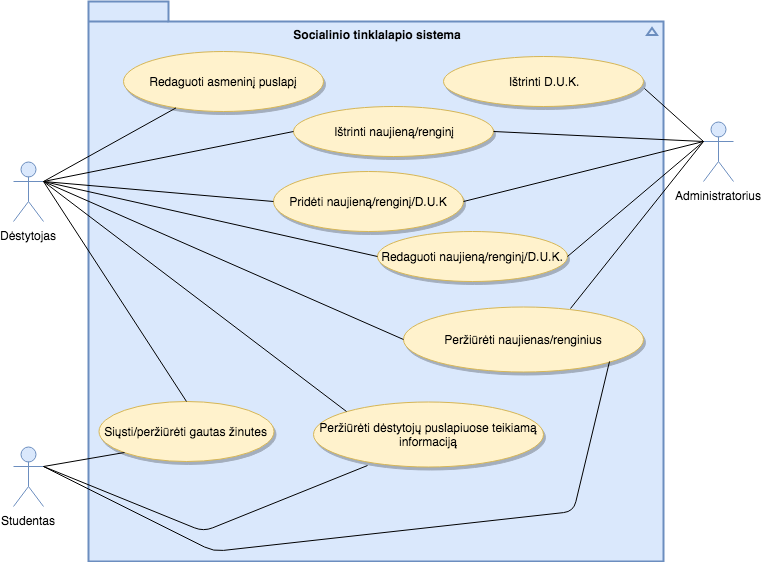
The draw.io diagram img/socpslSistema.png in eglepuo/PSI_1, before a commit. Source tidied: cells renumbered, new cells last; positions are measured from the earlier drawing's top-left corner, leaving out a move shared by most shapes.
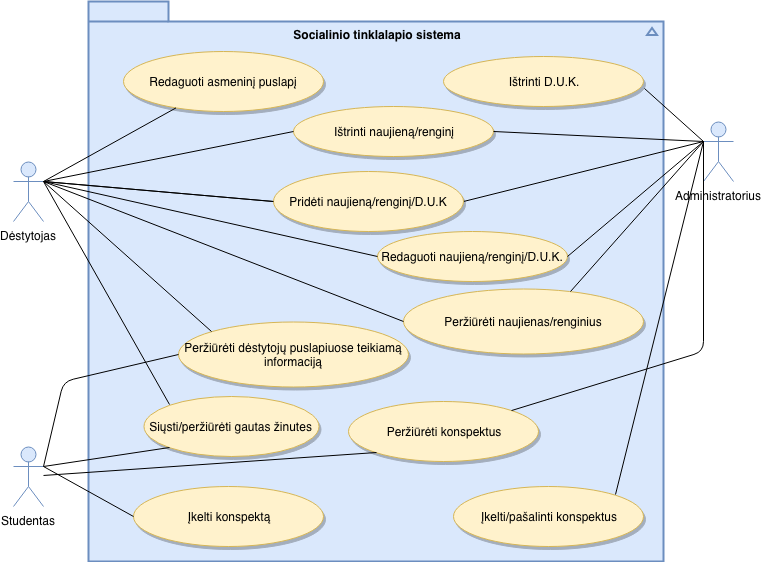
The same diagram one commit later.

What changed in the source:
```diff
@@ -8,20 +8,17 @@
     <mxCell id="3" value="Socialinio tinklalapio sistema&lt;br&gt;&lt;br&gt;" style="text;html=1;strokeColor=none;fillColor=none;align=center;verticalAlign=middle;whiteSpace=wrap;rounded=0;fontStyle=1;" parent="1" vertex="1">
       <mxGeometry x="263.5" y="30" width="200" height="20" as="geometry" />
     </mxCell>
-    <mxCell id="4" value="Pridėti naujieną/renginį/D.U.K" style="ellipse;whiteSpace=wrap;html=1;fillColor=#fff2cc;strokeColor=#d6b656;shadow=1;" parent="1" vertex="1">
-      <mxGeometry x="260" y="170" width="190" height="60" as="geometry" />
-    </mxCell>
     <mxCell id="5" value="Redaguoti asmeninį puslapį" style="ellipse;whiteSpace=wrap;html=1;fillColor=#fff2cc;strokeColor=#d6b656;shadow=1;" parent="1" vertex="1">
       <mxGeometry x="110" y="50" width="200" height="60" as="geometry" />
     </mxCell>
     <mxCell id="6" value="Peržiūrėti dėstytojų puslapiuose teikiamą informaciją" style="ellipse;whiteSpace=wrap;html=1;shadow=1;fillColor=#fff2cc;strokeColor=#d6b656;" parent="1" vertex="1">
-      <mxGeometry x="300" y="400" width="230" height="65" as="geometry" />
+      <mxGeometry x="165" y="320" width="230" height="65" as="geometry" />
     </mxCell>
     <mxCell id="7" value="Peržiūrėti naujienas/renginius" style="ellipse;whiteSpace=wrap;html=1;shadow=1;fillColor=#fff2cc;strokeColor=#d6b656;" parent="1" vertex="1">
-      <mxGeometry x="390" y="305" width="240" height="65" as="geometry" />
+      <mxGeometry x="390" y="287.5" width="240" height="65" as="geometry" />
     </mxCell>
     <mxCell id="8" value="Siųsti/peržiūrėti gautas žinutes" style="ellipse;whiteSpace=wrap;html=1;shadow=1;fillColor=#fff2cc;strokeColor=#d6b656;" parent="1" vertex="1">
-      <mxGeometry x="85" y="400" width="175" height="60" as="geometry" />
+      <mxGeometry x="130" y="394.5" width="175" height="60" as="geometry" />
     </mxCell>
     <mxCell id="9" value="Dėstytojas" style="shape=umlActor;verticalLabelPosition=bottom;labelBackgroundColor=#ffffff;verticalAlign=top;html=1;outlineConnect=0;fillColor=#dae8fc;strokeColor=#6c8ebf;" parent="1" vertex="1">
       <mxGeometry y="160" width="30" height="60" as="geometry" />
@@ -68,7 +65,7 @@
     <mxCell id="23" style="endArrow=none;html=1;entryX=0;entryY=1;exitX=1;exitY=0.3333333333333333;exitPerimeter=0;" parent="1" edge="1" source="10" target="8">
       <mxGeometry relative="1" as="geometry" />
     </mxCell>
-    <mxCell id="24" style="endArrow=none;html=1;exitX=0.5;exitY=0;entryX=1;entryY=0.3333333333333333;entryPerimeter=0;" parent="1" edge="1" source="8" target="9">
+    <mxCell id="24" style="endArrow=none;html=1;exitX=0;exitY=0;entryX=1;entryY=0.3333333333333333;entryPerimeter=0;" parent="1" edge="1" source="8" target="9">
       <mxGeometry relative="1" as="geometry" />
     </mxCell>
     <mxCell id="25" style="endArrow=none;html=1;exitX=0.696;exitY=0.031;exitPerimeter=0;" parent="1" edge="1" source="7">
@@ -76,15 +73,13 @@
         <mxPoint x="690" y="140" as="targetPoint" />
       </mxGeometry>
     </mxCell>
-    <mxCell id="26" style="endArrow=none;html=1;entryX=0;entryY=0.5;" parent="1" edge="1" target="7">
-      <mxGeometry relative="1" as="geometry">
-        <mxPoint x="30" y="180" as="sourcePoint" />
-      </mxGeometry>
+    <mxCell id="26" style="endArrow=none;html=1;entryX=0;entryY=0.5;exitX=1;exitY=0.3333333333333333;exitPerimeter=0;" parent="1" edge="1" source="9" target="7">
+      <mxGeometry relative="1" as="geometry" />
     </mxCell>
-    <mxCell id="27" style="endArrow=none;html=1;entryX=0.235;entryY=0.985;exitX=1;exitY=0.3333333333333333;exitPerimeter=0;entryPerimeter=0;" parent="1" edge="1" source="10" target="6">
+    <mxCell id="27" style="endArrow=none;html=1;entryX=0;entryY=0.5;exitX=1;exitY=0.3333333333333333;exitPerimeter=0;" parent="1" edge="1" source="10" target="6">
       <mxGeometry relative="1" as="geometry">
         <Array as="points">
-          <mxPoint x="190" y="530" />
+          <mxPoint x="50" y="380" />
         </Array>
       </mxGeometry>
     </mxCell>
@@ -93,13 +88,40 @@
         <mxPoint x="30" y="180" as="targetPoint" />
       </mxGeometry>
     </mxCell>
-    <mxCell id="29" style="endArrow=none;html=1;entryX=1;entryY=1;exitX=1;exitY=0.3333333333333333;exitPerimeter=0;" parent="1" edge="1" source="10" target="7">
-      <mxGeometry relative="1" as="geometry">
-        <Array as="points">
-          <mxPoint x="200" y="550" />
-          <mxPoint x="560" y="510" />
-        </Array>
-      </mxGeometry>
-    </mxCell>
+    <mxCell id="4" value="Pridėti naujieną/renginį/D.U.K" style="ellipse;whiteSpace=wrap;html=1;fillColor=#fff2cc;strokeColor=#d6b656;shadow=1;fontStyle=0;" parent="1" vertex="1">
+      <mxGeometry x="260" y="170" width="190" height="60" as="geometry" />
+    </mxCell>
+    <mxCell id="30" style="endArrow=none;html=1;entryX=0;entryY=0.5;" parent="1" edge="1" target="4">
+      <mxGeometry relative="1" as="geometry">
+        <mxPoint x="30" y="180" as="sourcePoint" />
+      </mxGeometry>
+    </mxCell>
+    <mxCell id="31" value="Įkelti konspektą" style="ellipse;whiteSpace=wrap;html=1;fillColor=#fff2cc;strokeColor=#d6b656;shadow=1;fontStyle=0;" parent="1" vertex="1">
+      <mxGeometry x="120" y="484.5" width="190" height="60" as="geometry" />
+    </mxCell>
+    <mxCell id="32" style="endArrow=none;html=1;entryX=0;entryY=0.5;exitX=1;exitY=0.3333333333333333;exitPerimeter=0;" parent="1" edge="1" source="10" target="31">
+      <mxGeometry relative="1" as="geometry" />
+    </mxCell>
+    <mxCell id="33" value="Įkelti/pašalinti konspektus" style="ellipse;whiteSpace=wrap;html=1;fillColor=#fff2cc;strokeColor=#d6b656;shadow=1;fontStyle=0;" parent="1" vertex="1">
+      <mxGeometry x="440" y="484.5" width="190" height="60" as="geometry" />
+    </mxCell>
+    <mxCell id="34" value="Peržiūrėti konspektus" style="ellipse;whiteSpace=wrap;html=1;fillColor=#fff2cc;strokeColor=#d6b656;shadow=1;fontStyle=0;" parent="1" vertex="1">
+      <mxGeometry x="335" y="400" width="190" height="60" as="geometry" />
+    </mxCell>
+    <mxCell id="35" style="endArrow=none;html=1;entryX=0;entryY=0.3333333333333333;entryPerimeter=0;" parent="1" edge="1" source="34" target="11">
+      <mxGeometry relative="1" as="geometry">
+        <Array as="points">
+          <mxPoint x="690" y="350" />
+        </Array>
+      </mxGeometry>
+    </mxCell>
+    <mxCell id="36" style="endArrow=none;html=1;exitX=1;exitY=0;" parent="1" edge="1" source="33">
+      <mxGeometry relative="1" as="geometry">
+        <mxPoint x="690" y="140" as="targetPoint" />
+      </mxGeometry>
+    </mxCell>
+    <mxCell id="37" style="endArrow=none;html=1;entryX=0;entryY=1;" parent="1" edge="1" source="10" target="34">
+      <mxGeometry relative="1" as="geometry" />
+    </mxCell>
   </root>
 </mxGraphModel>
```
